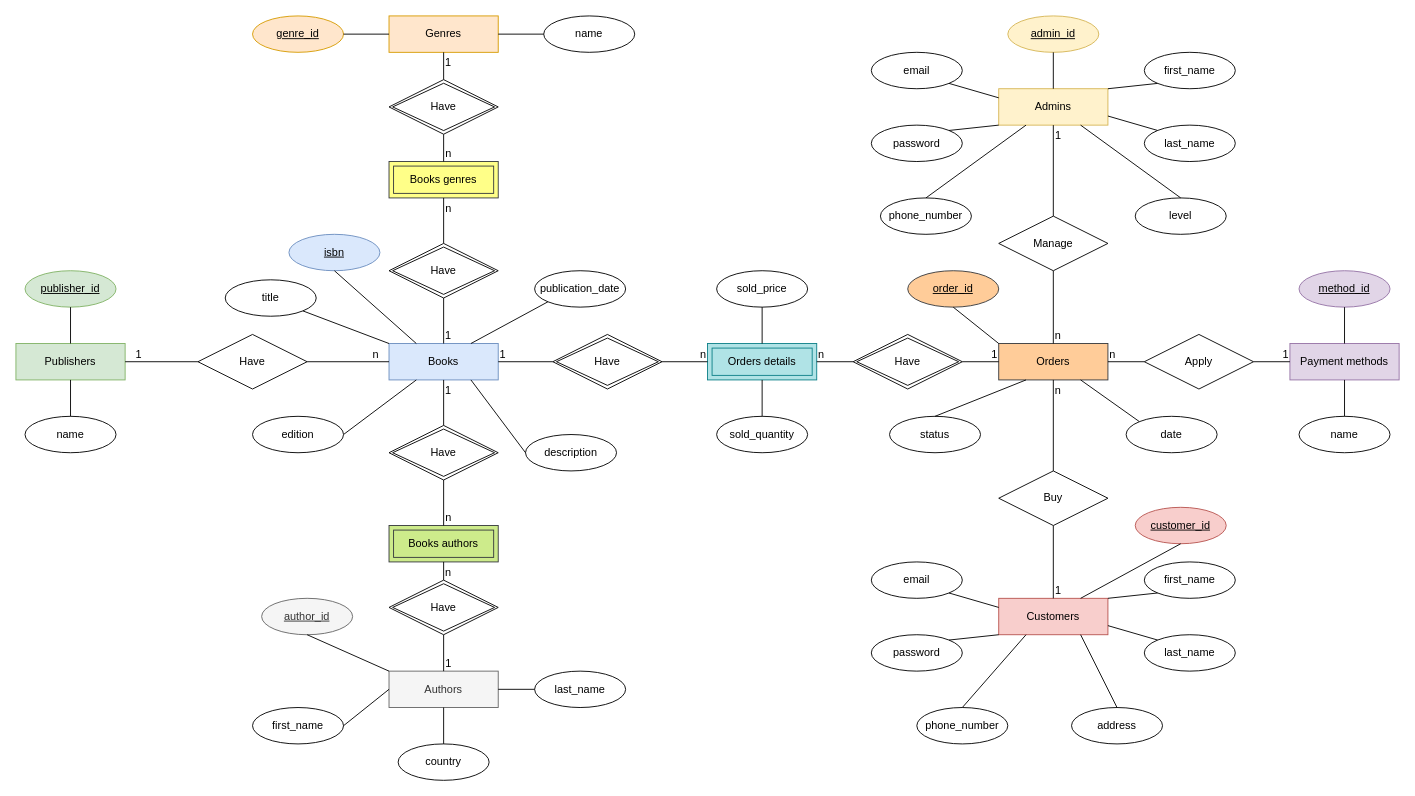
Above: perfume.drawio in tamgtasa2611/perfume_store (draw.io), before the change. Source tidied: cells renumbered, new cells numbered last; positions are measured from the earlier drawing's top-left corner, leaving out a move shared by most shapes. Both pictures are drawn from the tidied source at 91%, with x=0, y=0 at pixel (15, 15).
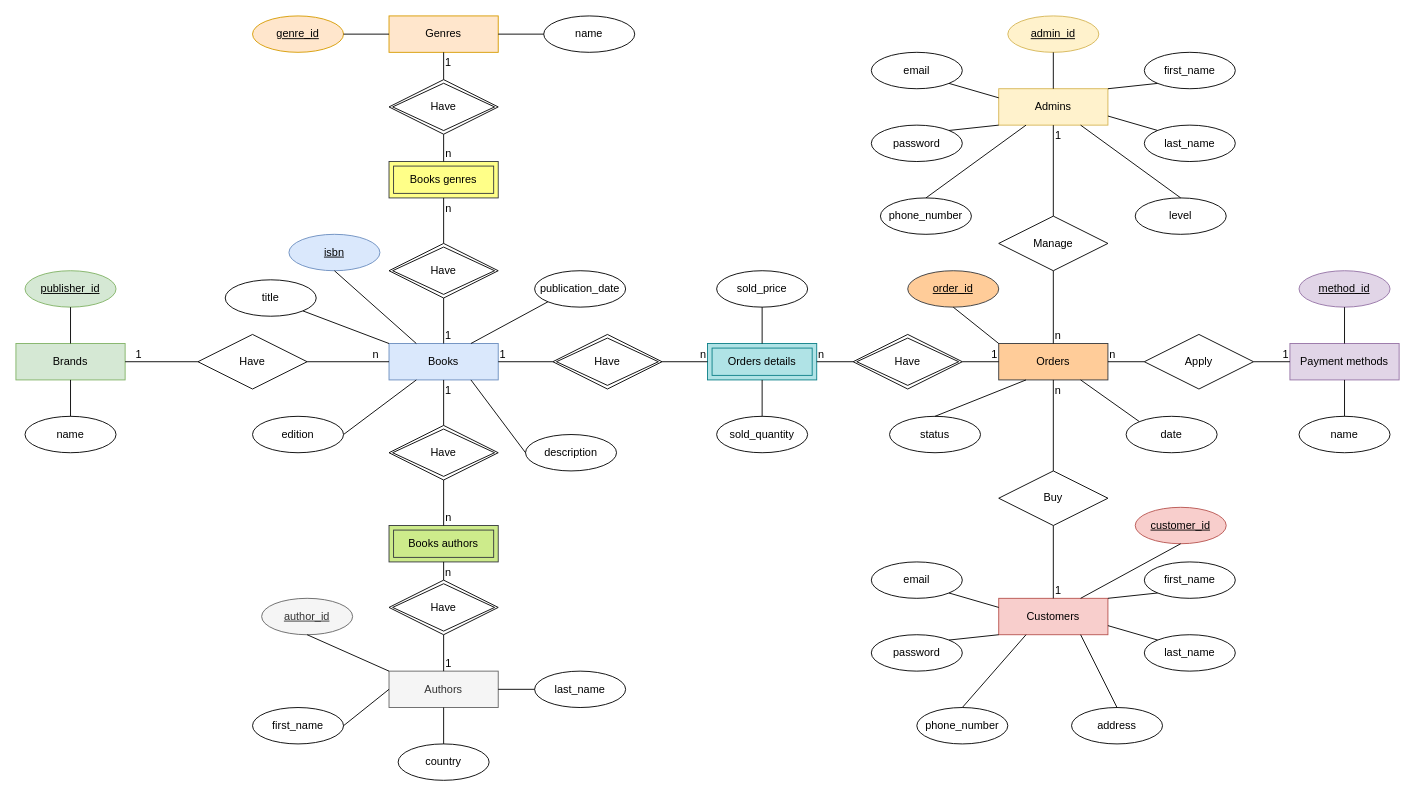
The same page after the edit.

What changed in the source:
```diff
@@
-    <mxCell id="2" value="Publishers" style="rounded=0;whiteSpace=wrap;html=1;fillColor=#d5e8d4;strokeColor=#82b366;" parent="1" vertex="1">
+    <mxCell id="2" value="Brands" style="rounded=0;whiteSpace=wrap;html=1;fillColor=#d5e8d4;strokeColor=#82b366;" parent="1" vertex="1">
       <mxGeometry y="360" width="120" height="40" as="geometry" />
     </mxCell>
```
